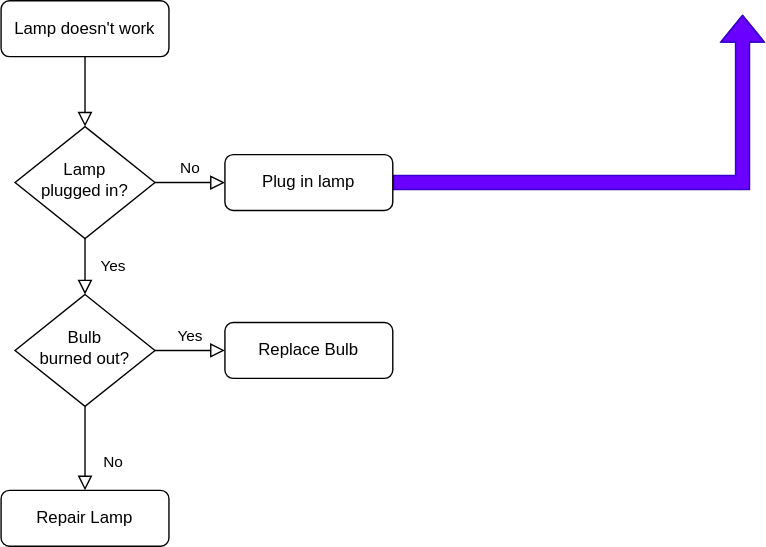
This is Untitled Diagram.svg from Octa-R/git_test, a draw.io export, as it was before one commit. Source tidied: cells renumbered, new cells last; positions are measured from the earlier drawing's top-left corner, leaving out a move shared by most shapes.
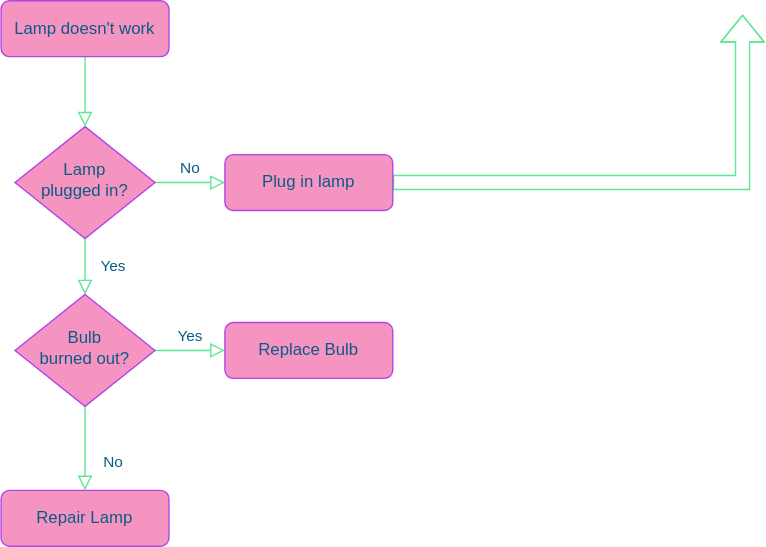
After the commit.

Diff of the diagram source:
```diff
@@ -2,42 +2,42 @@
   <root>
     <mxCell id="0" />
     <mxCell id="1" parent="0" />
-    <mxCell id="2" style="rounded=0;html=1;jettySize=auto;fontSize=11;endArrow=block;endFill=0;endSize=8;strokeWidth=1;shadow=0;labelBackgroundColor=none;edgeStyle=orthogonalEdgeStyle;" parent="1" edge="1" source="3" target="6">
+    <mxCell id="2" style="rounded=0;html=1;jettySize=auto;fontSize=11;endArrow=block;endFill=0;endSize=8;strokeWidth=1;shadow=0;labelBackgroundColor=none;edgeStyle=orthogonalEdgeStyle;strokeColor=#60E696;fontColor=#095C86;" parent="1" edge="1" source="3" target="6">
       <mxGeometry relative="1" as="geometry" />
     </mxCell>
-    <mxCell id="3" value="Lamp doesn't work" style="rounded=1;whiteSpace=wrap;html=1;fontSize=12;glass=0;strokeWidth=1;shadow=0;" parent="1" vertex="1">
+    <mxCell id="3" value="Lamp doesn't work" style="rounded=1;whiteSpace=wrap;html=1;fontSize=12;glass=0;strokeWidth=1;shadow=0;fillColor=#F694C1;strokeColor=#AF45ED;fontColor=#095C86;" parent="1" vertex="1">
       <mxGeometry width="120" height="40" as="geometry" />
     </mxCell>
-    <mxCell id="4" value="Yes" style="rounded=0;html=1;jettySize=auto;fontSize=11;endArrow=block;endFill=0;endSize=8;strokeWidth=1;shadow=0;labelBackgroundColor=none;edgeStyle=orthogonalEdgeStyle;" parent="1" edge="1" source="6" target="11">
+    <mxCell id="4" value="Yes" style="rounded=0;html=1;jettySize=auto;fontSize=11;endArrow=block;endFill=0;endSize=8;strokeWidth=1;shadow=0;labelBackgroundColor=none;edgeStyle=orthogonalEdgeStyle;strokeColor=#60E696;fontColor=#095C86;" parent="1" edge="1" source="6" target="11">
       <mxGeometry y="20" relative="1" as="geometry" />
     </mxCell>
-    <mxCell id="5" value="No" style="edgeStyle=orthogonalEdgeStyle;rounded=0;html=1;jettySize=auto;fontSize=11;endArrow=block;endFill=0;endSize=8;strokeWidth=1;shadow=0;labelBackgroundColor=none;" parent="1" edge="1" source="6" target="8">
+    <mxCell id="5" value="No" style="edgeStyle=orthogonalEdgeStyle;rounded=0;html=1;jettySize=auto;fontSize=11;endArrow=block;endFill=0;endSize=8;strokeWidth=1;shadow=0;labelBackgroundColor=none;strokeColor=#60E696;fontColor=#095C86;" parent="1" edge="1" source="6" target="8">
       <mxGeometry y="10" relative="1" as="geometry" />
     </mxCell>
-    <mxCell id="6" value="Lamp&lt;br&gt;plugged in?" style="rhombus;whiteSpace=wrap;html=1;shadow=0;fontFamily=Helvetica;fontSize=12;align=center;strokeWidth=1;spacing=6;spacingTop=-4;" parent="1" vertex="1">
+    <mxCell id="6" value="Lamp&lt;br&gt;plugged in?" style="rhombus;whiteSpace=wrap;html=1;shadow=0;fontFamily=Helvetica;fontSize=12;align=center;strokeWidth=1;spacing=6;spacingTop=-4;fillColor=#F694C1;strokeColor=#AF45ED;fontColor=#095C86;" parent="1" vertex="1">
       <mxGeometry x="10" y="90" width="100" height="80" as="geometry" />
     </mxCell>
-    <mxCell id="7" style="edgeStyle=orthogonalEdgeStyle;shape=flexArrow;rounded=0;jettySize=auto;html=1;fillColor=#6a00ff;strokeColor=#3700CC;" parent="1" edge="1" source="8">
+    <mxCell id="7" style="edgeStyle=orthogonalEdgeStyle;shape=flexArrow;rounded=0;jettySize=auto;html=1;strokeColor=#60E696;fontColor=#095C86;" parent="1" edge="1" source="8">
       <mxGeometry relative="1" as="geometry">
         <mxPoint x="530" y="10" as="targetPoint" />
       </mxGeometry>
     </mxCell>
-    <mxCell id="8" value="Plug in lamp" style="rounded=1;whiteSpace=wrap;html=1;fontSize=12;glass=0;strokeWidth=1;shadow=0;" parent="1" vertex="1">
+    <mxCell id="8" value="Plug in lamp" style="rounded=1;whiteSpace=wrap;html=1;fontSize=12;glass=0;strokeWidth=1;shadow=0;fillColor=#F694C1;strokeColor=#AF45ED;fontColor=#095C86;" parent="1" vertex="1">
       <mxGeometry x="160" y="110" width="120" height="40" as="geometry" />
     </mxCell>
-    <mxCell id="9" value="No" style="rounded=0;html=1;jettySize=auto;fontSize=11;endArrow=block;endFill=0;endSize=8;strokeWidth=1;shadow=0;labelBackgroundColor=none;edgeStyle=orthogonalEdgeStyle;" parent="1" edge="1" source="11" target="12">
+    <mxCell id="9" value="No" style="rounded=0;html=1;jettySize=auto;fontSize=11;endArrow=block;endFill=0;endSize=8;strokeWidth=1;shadow=0;labelBackgroundColor=none;edgeStyle=orthogonalEdgeStyle;strokeColor=#60E696;fontColor=#095C86;" parent="1" edge="1" source="11" target="12">
       <mxGeometry x="0.33" y="20" relative="1" as="geometry" />
     </mxCell>
-    <mxCell id="10" value="Yes" style="edgeStyle=orthogonalEdgeStyle;rounded=0;html=1;jettySize=auto;fontSize=11;endArrow=block;endFill=0;endSize=8;strokeWidth=1;shadow=0;labelBackgroundColor=none;" parent="1" edge="1" source="11" target="13">
+    <mxCell id="10" value="Yes" style="edgeStyle=orthogonalEdgeStyle;rounded=0;html=1;jettySize=auto;fontSize=11;endArrow=block;endFill=0;endSize=8;strokeWidth=1;shadow=0;labelBackgroundColor=none;strokeColor=#60E696;fontColor=#095C86;" parent="1" edge="1" source="11" target="13">
       <mxGeometry y="10" relative="1" as="geometry" />
     </mxCell>
-    <mxCell id="11" value="Bulb&lt;br&gt;burned out?" style="rhombus;whiteSpace=wrap;html=1;shadow=0;fontFamily=Helvetica;fontSize=12;align=center;strokeWidth=1;spacing=6;spacingTop=-4;" parent="1" vertex="1">
+    <mxCell id="11" value="Bulb&lt;br&gt;burned out?" style="rhombus;whiteSpace=wrap;html=1;shadow=0;fontFamily=Helvetica;fontSize=12;align=center;strokeWidth=1;spacing=6;spacingTop=-4;fillColor=#F694C1;strokeColor=#AF45ED;fontColor=#095C86;" parent="1" vertex="1">
       <mxGeometry x="10" y="210" width="100" height="80" as="geometry" />
     </mxCell>
-    <mxCell id="12" value="Repair Lamp" style="rounded=1;whiteSpace=wrap;html=1;fontSize=12;glass=0;strokeWidth=1;shadow=0;" parent="1" vertex="1">
+    <mxCell id="12" value="Repair Lamp" style="rounded=1;whiteSpace=wrap;html=1;fontSize=12;glass=0;strokeWidth=1;shadow=0;fillColor=#F694C1;strokeColor=#AF45ED;fontColor=#095C86;" parent="1" vertex="1">
       <mxGeometry y="350" width="120" height="40" as="geometry" />
     </mxCell>
-    <mxCell id="13" value="Replace Bulb" style="rounded=1;whiteSpace=wrap;html=1;fontSize=12;glass=0;strokeWidth=1;shadow=0;" parent="1" vertex="1">
+    <mxCell id="13" value="Replace Bulb" style="rounded=1;whiteSpace=wrap;html=1;fontSize=12;glass=0;strokeWidth=1;shadow=0;fillColor=#F694C1;strokeColor=#AF45ED;fontColor=#095C86;" parent="1" vertex="1">
       <mxGeometry x="160" y="230" width="120" height="40" as="geometry" />
     </mxCell>
   </root>
```
